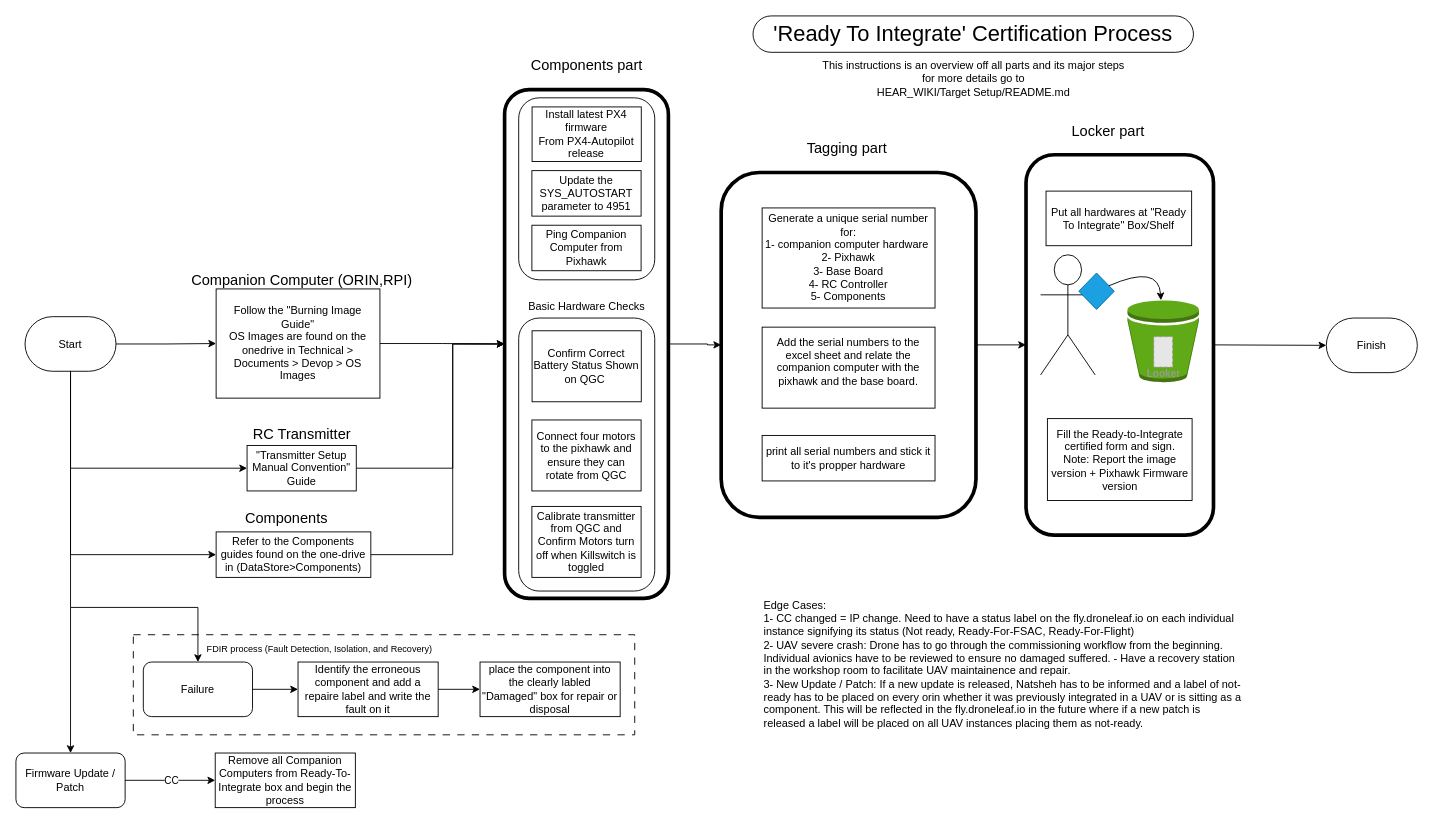
Before: Guide/Hardware and Process/Commissioning/1 Ready to integrate/ready_to_integrate.drawio in DroneLeaf/HEAR_wiki, a draw.io diagram. Source tidied: cells renumbered, new cells numbered last; positions are measured from the earlier drawing's top-left corner, leaving out a move shared by most shapes. Both pictures are drawn from the tidied source at 91%, with x=0, y=0 at pixel (15, 15). Pictures stored in the file or linked from it are replaced by grey dashed boxes.
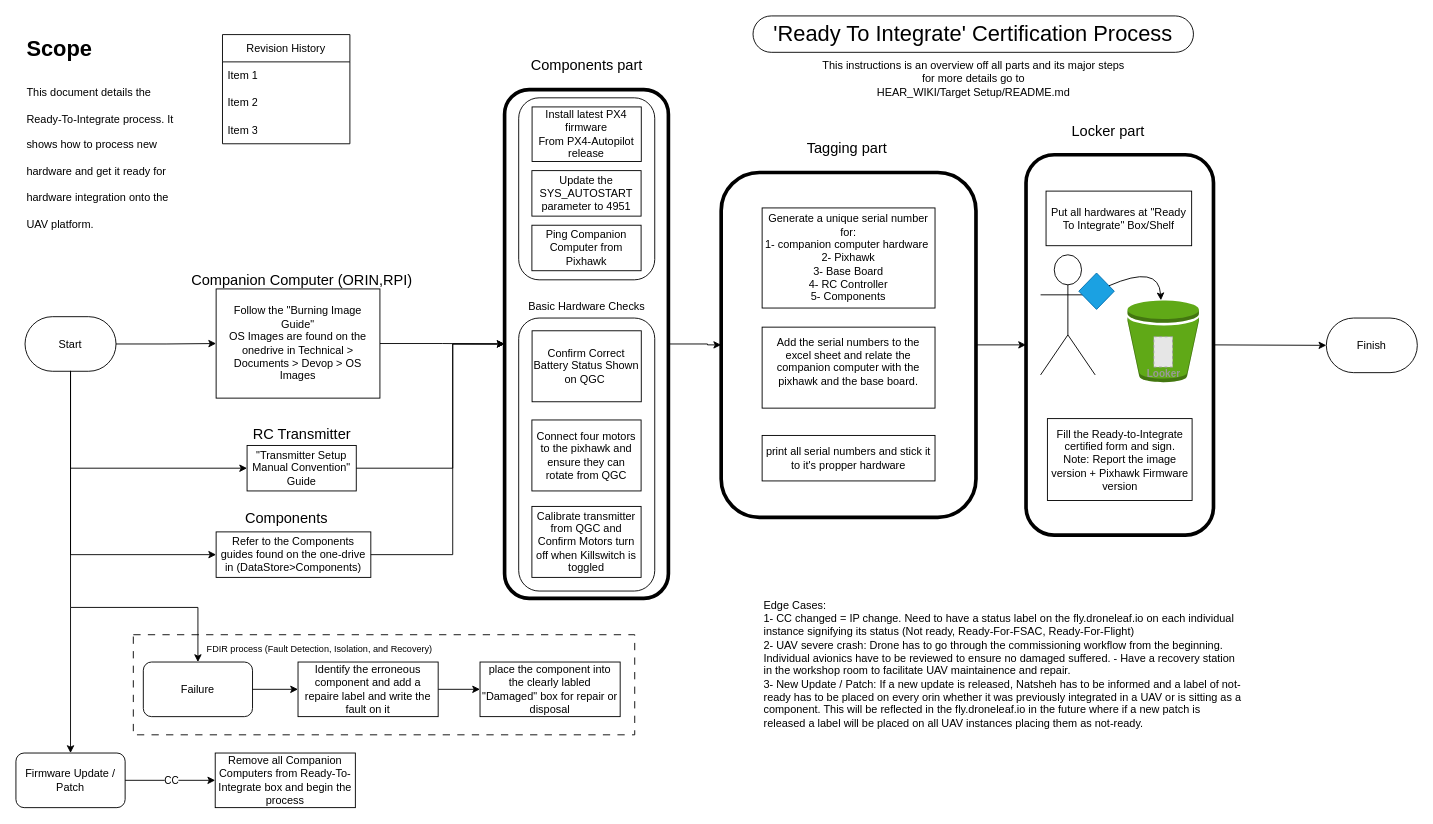
After the change.

Commit message (it also covers changes not shown here):
Removed old processes. Added Updated ready_to_integrate, Ready_for_FSAC, and Ready_for_flight processes.

The edit, as a diff of the source:
```diff
@@
+    <mxCell id="62" value="Revision History" style="swimlane;fontStyle=0;horizontal=1;startSize=30;whiteSpace=wrap;html=1;" parent="1" vertex="1">
+      <mxGeometry x="227" y="20.5" width="140" height="120" as="geometry" />
+    </mxCell>
+    <mxCell id="63" value="Item 1" style="text;strokeColor=none;fillColor=none;align=left;verticalAlign=middle;spacingLeft=4;spacingRight=4;overflow=hidden;whiteSpace=wrap;html=1;" parent="62" vertex="1">
+      <mxGeometry y="30" width="140" height="30" as="geometry" />
+    </mxCell>
+    <mxCell id="64" value="Item 2" style="text;strokeColor=none;fillColor=none;align=left;verticalAlign=middle;spacingLeft=4;spacingRight=4;overflow=hidden;whiteSpace=wrap;html=1;" parent="62" vertex="1">
+      <mxGeometry y="60" width="140" height="30" as="geometry" />
+    </mxCell>
+    <mxCell id="65" value="Item 3" style="text;strokeColor=none;fillColor=none;align=left;verticalAlign=middle;spacingLeft=4;spacingRight=4;overflow=hidden;whiteSpace=wrap;html=1;" parent="62" vertex="1">
+      <mxGeometry y="90" width="140" height="30" as="geometry" />
+    </mxCell>
+    <mxCell id="66" value="&lt;h1 style=&quot;margin-top: 0px;&quot;&gt;&lt;span style=&quot;background-color: transparent; color: light-dark(rgb(0, 0, 0), rgb(255, 255, 255));&quot;&gt;Scope&lt;/span&gt;&lt;/h1&gt;&lt;h1 style=&quot;margin-top: 0px;&quot;&gt;&lt;span style=&quot;background-color: transparent; color: light-dark(rgb(0, 0, 0), rgb(255, 255, 255)); font-size: 12px; font-weight: normal;&quot;&gt;This document details the Ready-To-Integrate process. It shows how to process new hardware and get it ready for hardware integration onto the UAV platform.&lt;/span&gt;&lt;/h1&gt;" style="text;html=1;whiteSpace=wrap;overflow=hidden;rounded=0;" parent="1" vertex="1">
+      <mxGeometry x="10" y="15.4" width="180" height="230" as="geometry" />
+    </mxCell>
```
